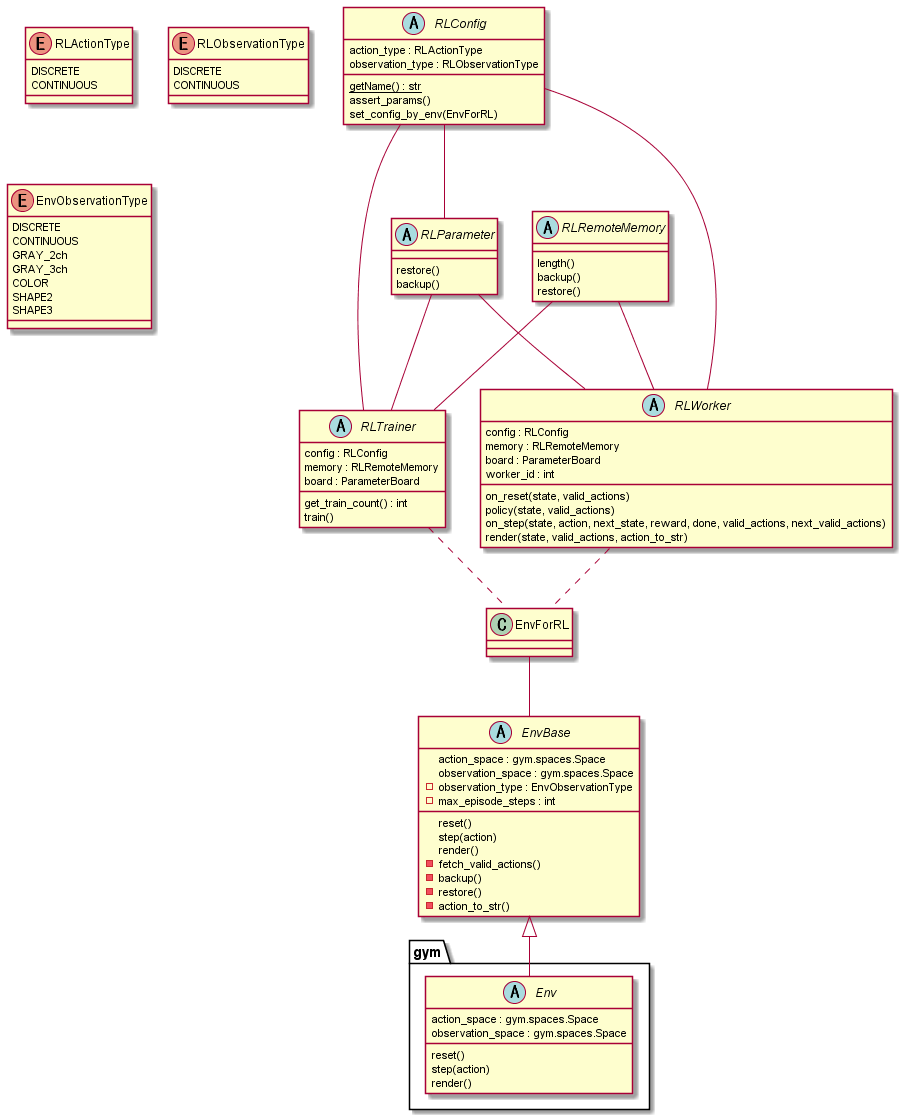
The PlantUML diagram diagrams/class.png in pocokhc/simple_distributed_rl, before a commit.
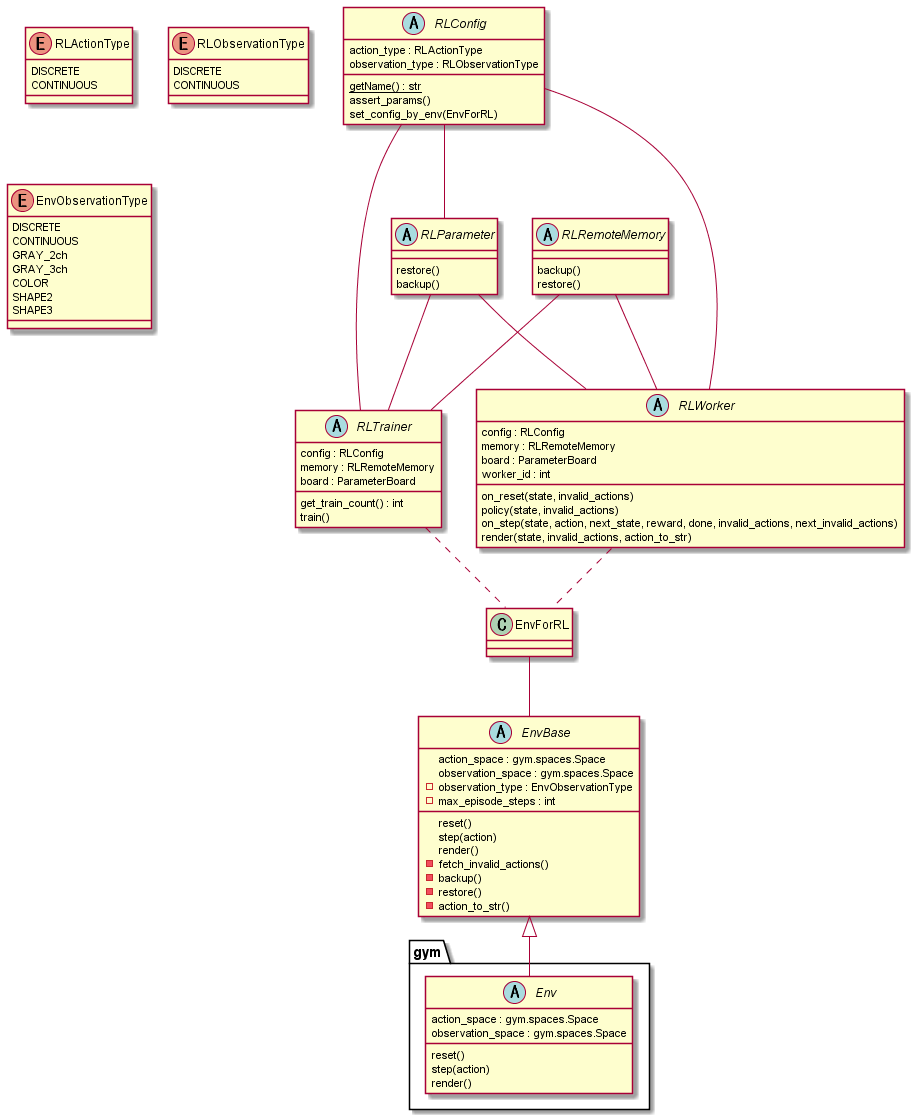
Later version of the same file.

Diff of the diagram source:
```diff
@@ -36,7 +36,7 @@
     render()
     - observation_type : EnvObservationType
     - max_episode_steps : int
-    - fetch_valid_actions()
+    - fetch_invalid_actions()
     - backup()
     - restore()
     - action_to_str()
@@ -45,7 +45,6 @@
 class EnvForRL
 
 abstract RLRemoteMemory {
-    length()
     backup()
     restore()
 }
@@ -77,10 +76,10 @@
     memory : RLRemoteMemory
     board : ParameterBoard
     worker_id : int
-    on_reset(state, valid_actions)
-    policy(state, valid_actions)
-    on_step(state, action, next_state, reward, done, valid_actions, next_valid_actions)
-    render(state, valid_actions, action_to_str)
+    on_reset(state, invalid_actions)
+    policy(state, invalid_actions)
+    on_step(state, action, next_state, reward, done, invalid_actions, next_invalid_actions)
+    render(state, invalid_actions, action_to_str)
 }
 
 
```
